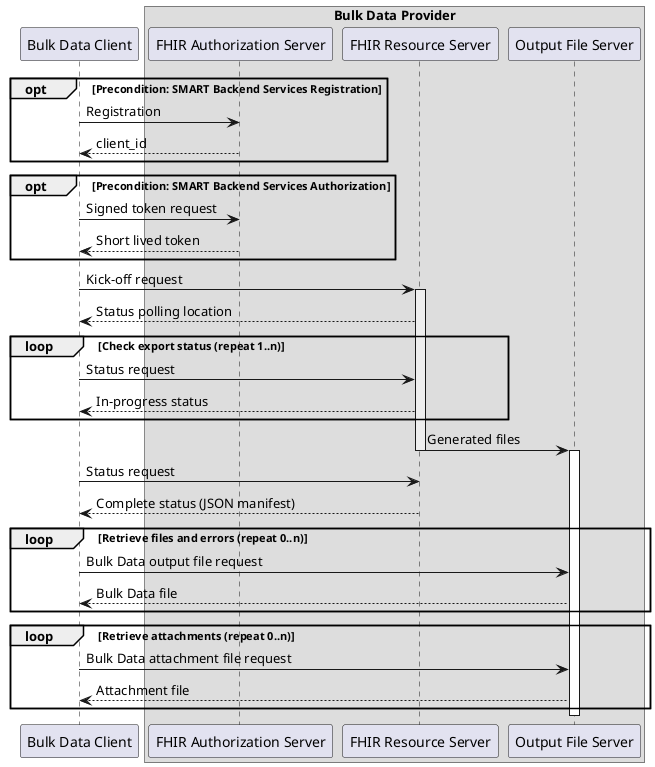
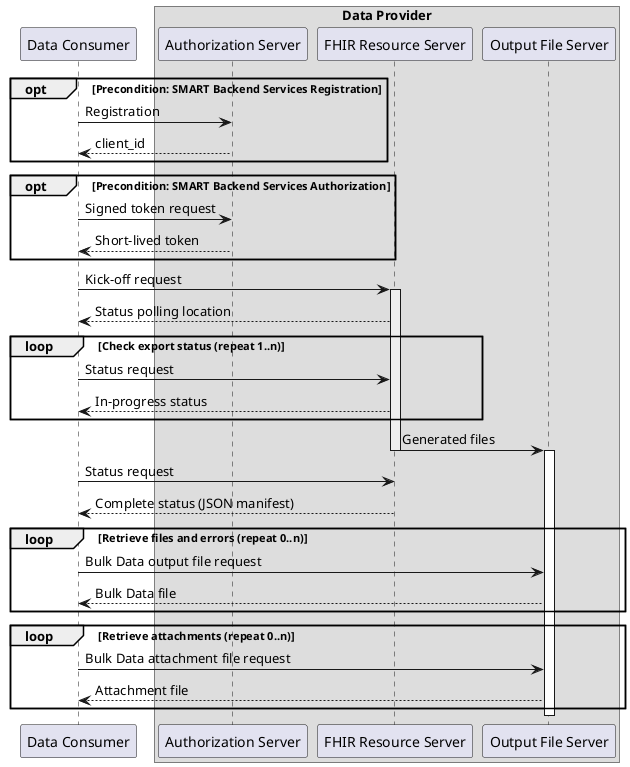
@startuml
- participant APP as "Bulk Data Client"
- box Bulk Data Provider
- participant "FHIR Authorization Server" as AUTH
+ participant APP as "Data Consumer"
+ box "Data Provider"
+ participant "Authorization Server" as AUTH
participant "FHIR Resource Server" as FHIR
participant "Output File Server" as FILE
end box
opt  Precondition: SMART Backend Services Registration
    APP -> AUTH: Registration
   return client_id
end
opt  Precondition: SMART Backend Services Authorization
    APP -> AUTH: Signed token request
-    return Short lived token
+    return Short-lived token
end
APP -> FHIR: Kick-off request
activate FHIR #eee
FHIR --> APP: Status polling location
loop Check export status (repeat 1..n)
  APP -> FHIR: Status request
  FHIR --> APP: In-progress status
end
FHIR -> FILE: Generated files
deactivate FHIR
activate FILE
APP -> FHIR: Status request
FHIR --> APP: Complete status (JSON manifest)
loop Retrieve files and errors (repeat 0..n)
  APP -> FILE: Bulk Data output file request
  FILE --> APP: Bulk Data file
end
loop Retrieve attachments (repeat 0..n)
  APP -> FILE: Bulk Data attachment file request
  FILE --> APP:  Attachment file
end
deactivate FILE #eee
- @enduml+ @enduml
